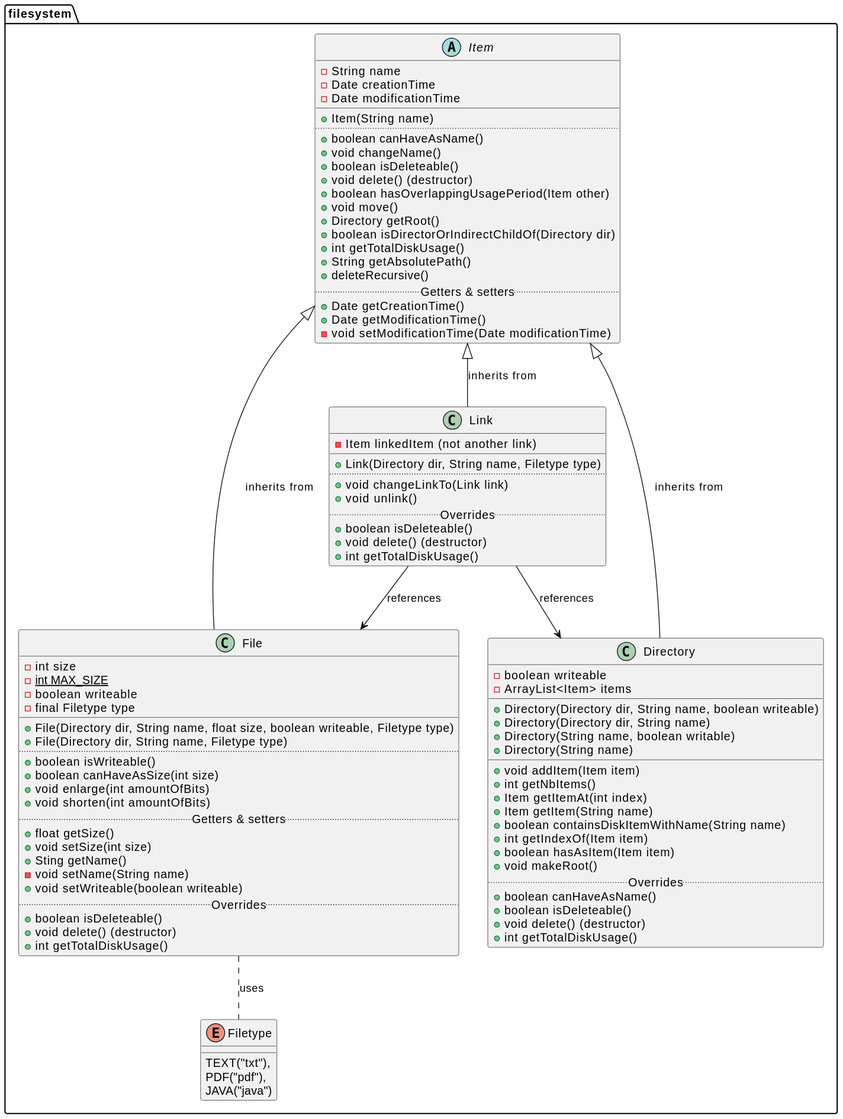
vanschependom/KULAK_ogp-practicum2 keeps this PlantUML diagram as class-diagram/classdiagram.svg. Above is the earlier version.
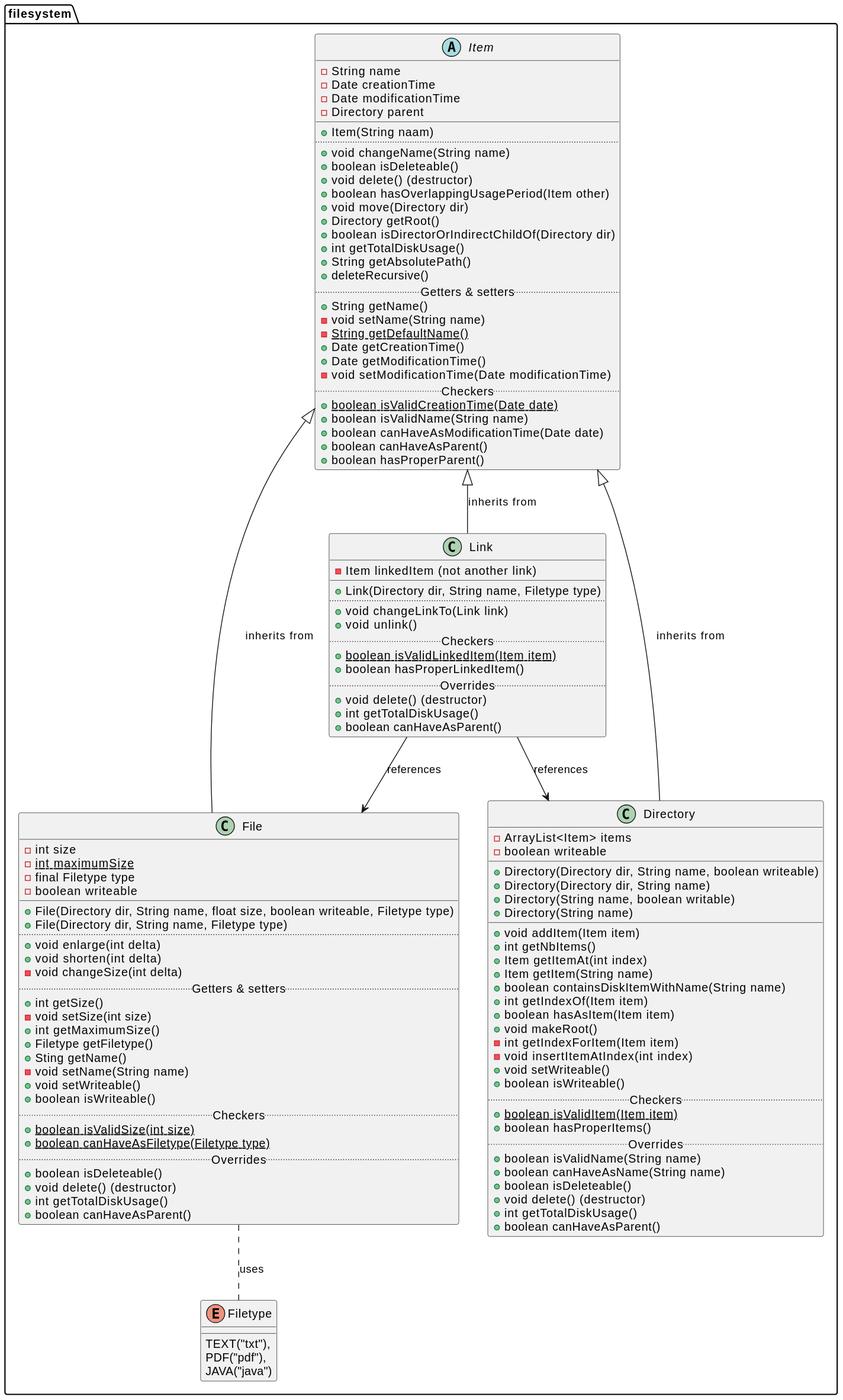
Above is the later version.

Commit message:
Klassendiagram geupdated

What changed in the source:
```diff
@@ -5,49 +5,64 @@
     - String name
     - Date creationTime
     - Date modificationTime
+    - Directory parent
 __
-    + Item(String name)
+    + Item(String naam)
 ..
-    + boolean canHaveAsName()
-    + void changeName()
+    + void changeName(String name)
     + boolean isDeleteable()
     + void delete() (destructor)
     + boolean hasOverlappingUsagePeriod(Item other)
-    + void move()
+    + void move(Directory dir)
     + Directory getRoot()
     + boolean isDirectorOrIndirectChildOf(Directory dir)
     + int getTotalDiskUsage()
     + String getAbsolutePath()
     + deleteRecursive()
 ..Getters & setters..
+    + String getName()
+    - void setName(String name)
+    - {static} String getDefaultName()
     + Date getCreationTime()
     + Date getModificationTime()
     - void setModificationTime(Date modificationTime)
+..Checkers..
+    + {static} boolean isValidCreationTime(Date date)
+    + boolean isValidName(String name)
+    + boolean canHaveAsModificationTime(Date date)
+    + boolean canHaveAsParent()
+    + boolean hasProperParent()
 }
 
 class File {
     - int size
-    - {static} int MAX_SIZE
+    - {static} int maximumSize
+    - final Filetype type
     - boolean writeable
-    - final Filetype type
 __
     + File(Directory dir, String name, float size, boolean writeable, Filetype type)
     + File(Directory dir, String name, Filetype type)
 ..
-    + boolean isWriteable()
-    + boolean canHaveAsSize(int size)
-    + void enlarge(int amountOfBits)
-    + void shorten(int amountOfBits)
+    + void enlarge(int delta)
+    + void shorten(int delta)
+    - void changeSize(int delta)
 ..Getters & setters..
-    + float getSize()
-    + void setSize(int size)
+    + int getSize()
+    - void setSize(int size)
+    + int getMaximumSize()
+    + Filetype getFiletype()
     + Sting getName()
     - void setName(String name)
-    + void setWriteable(boolean writeable)
+    + void setWriteable()
+    + boolean isWriteable()
+..Checkers..
+    + {static} boolean isValidSize(int size)
+    + {static} boolean canHaveAsFiletype(Filetype type)
 ..Overrides..
     + boolean isDeleteable()
     + void delete() (destructor)
     + int getTotalDiskUsage()
+    + boolean canHaveAsParent()
 }
 
 enum Filetype {
@@ -57,8 +72,8 @@
 }
 
 class Directory {
+    - ArrayList<Item> items
     - boolean writeable
-    - ArrayList<Item> items
 __
     + Directory(Directory dir, String name, boolean writeable)
     + Directory(Directory dir, String name)
@@ -73,11 +88,20 @@
     + int getIndexOf(Item item)
     + boolean hasAsItem(Item item)
     + void makeRoot()
+    - int getIndexForItem(Item item)
+    - void insertItemAtIndex(int index)
+    + void setWriteable()
+    + boolean isWriteable()
+..Checkers..
+    + {static} boolean isValidItem(Item item)
+    + boolean hasProperItems()
 .. Overrides ..
-    + boolean canHaveAsName()
+    + boolean isValidName(String name)
+    + boolean canHaveAsName(String name)
     + boolean isDeleteable()
     + void delete() (destructor)
     + int getTotalDiskUsage()
+    + boolean canHaveAsParent()
 }
 
 class Link {
@@ -87,10 +111,13 @@
 ..
     + void changeLinkTo(Link link)
     + void unlink()
+..Checkers..
+    + {static} boolean isValidLinkedItem(Item item)
+    + boolean hasProperLinkedItem()
 ..Overrides..
-    + boolean isDeleteable()
     + void delete() (destructor)
     + int getTotalDiskUsage()
+    + boolean canHaveAsParent()
 }
 
 Item <|-- Link: inherits from
```
